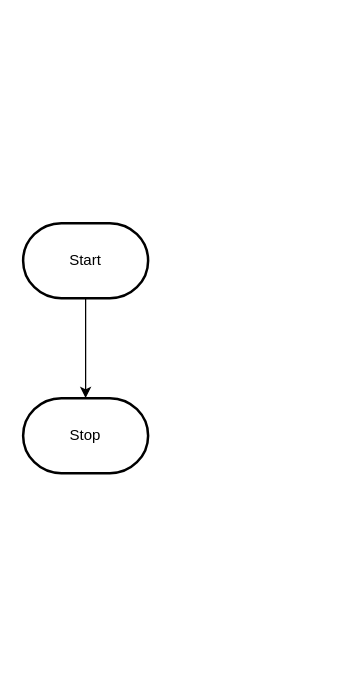
This is design/flowchart.drawio from MTHS-ICD2O-1-2023/ICD2O-Unit-3-04-clara-tyman, a draw.io file, before an edit. Source tidied: cells renumbered, new cells numbered last; positions are measured from the earlier drawing's top-left corner, leaving out a move shared by most shapes. Both pictures are drawn from the tidied source at 125%, with x=0, y=0 at pixel (22, 222).
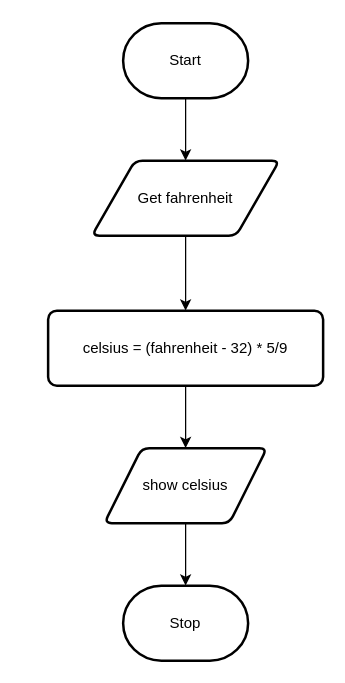
The same diagram, later.

The edit, as a diff of the source:
```diff
@@
 <mxGraphModel>
   <root>
     <mxCell id="0" />
     <mxCell id="1" parent="0" />
-    <mxCell id="2" style="edgeStyle=orthogonalEdgeStyle;html=1;rounded=0;" parent="1" edge="1" source="3" target="4">
+    <mxCell id="2" style="edgeStyle=orthogonalEdgeStyle;html=1;rounded=0;" parent="1" edge="1" source="3" target="6">
       <mxGeometry relative="1" as="geometry" />
     </mxCell>
     <mxCell id="3" value="Start" style="strokeWidth=2;html=1;shape=mxgraph.flowchart.terminator;whiteSpace=wrap;" parent="1" vertex="1">
-      <mxGeometry width="100" height="60" as="geometry" />
+      <mxGeometry x="80" y="-160" width="100" height="60" as="geometry" />
     </mxCell>
     <mxCell id="4" value="Stop" style="strokeWidth=2;html=1;shape=mxgraph.flowchart.terminator;whiteSpace=wrap;" parent="1" vertex="1">
-      <mxGeometry y="140" width="100" height="60" as="geometry" />
+      <mxGeometry x="80" y="290" width="100" height="60" as="geometry" />
     </mxCell>
+    <mxCell id="5" style="edgeStyle=none;html=1;entryX=0.5;entryY=0;entryDx=0;entryDy=0;" parent="1" edge="1" source="6" target="8">
+      <mxGeometry relative="1" as="geometry" />
+    </mxCell>
+    <mxCell id="6" value="Get fahrenheit" style="shape=parallelogram;html=1;strokeWidth=2;perimeter=parallelogramPerimeter;whiteSpace=wrap;rounded=1;arcSize=12;size=0.23;" parent="1" vertex="1">
+      <mxGeometry x="55" y="-50" width="150" height="60" as="geometry" />
+    </mxCell>
+    <mxCell id="7" style="edgeStyle=none;html=1;" parent="1" edge="1" source="8" target="10">
+      <mxGeometry relative="1" as="geometry" />
+    </mxCell>
+    <mxCell id="8" value="celsius = (fahrenheit - 32) * 5/9" style="rounded=1;whiteSpace=wrap;html=1;absoluteArcSize=1;arcSize=14;strokeWidth=2;" parent="1" vertex="1">
+      <mxGeometry x="20" y="70" width="220" height="60" as="geometry" />
+    </mxCell>
+    <mxCell id="9" style="edgeStyle=none;html=1;entryX=0.5;entryY=0;entryDx=0;entryDy=0;entryPerimeter=0;" parent="1" edge="1" source="10" target="4">
+      <mxGeometry relative="1" as="geometry" />
+    </mxCell>
+    <mxCell id="10" value="show celsius" style="shape=parallelogram;html=1;strokeWidth=2;perimeter=parallelogramPerimeter;whiteSpace=wrap;rounded=1;arcSize=12;size=0.23;" parent="1" vertex="1">
+      <mxGeometry x="65" y="180" width="130" height="60" as="geometry" />
+    </mxCell>
   </root>
 </mxGraphModel>
```
